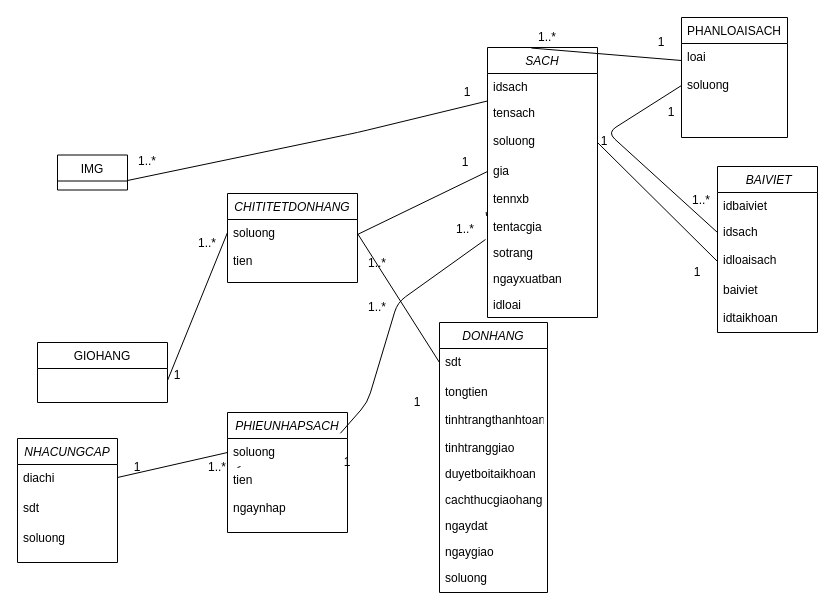
nguyenthinga-0206/PBL-5-WebsiteBook keeps this draw.io diagram as Untitled Diagram.drawio. Above is the earlier version. Source tidied: cells renumbered, new cells numbered last; positions are measured from the earlier drawing's top-left corner, leaving out a move shared by most shapes. Both pictures are drawn from the tidied source at 100%, with x=0, y=0 at pixel (17, 17).
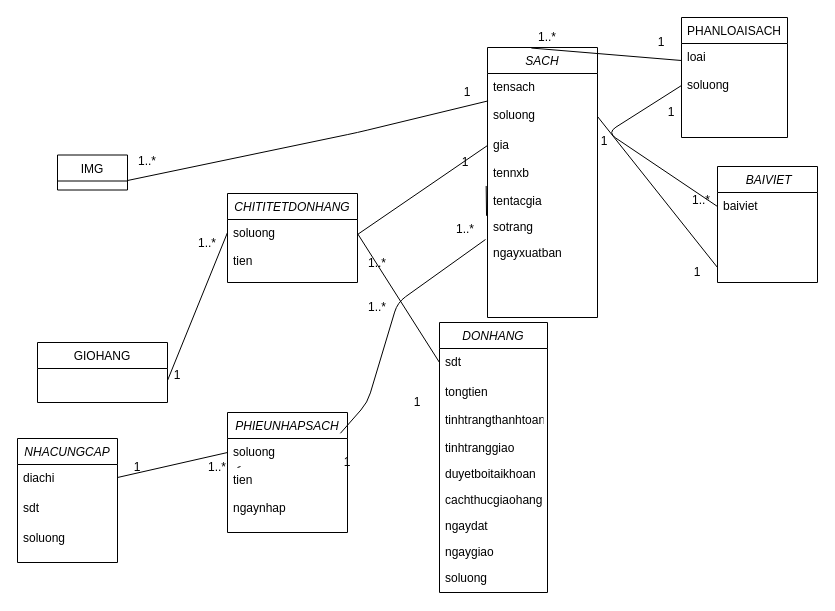
Above is the later version.

Unchanged cells that the change refers to:
```xml
<mxCell id="31" value="SACH" style="swimlane;fontStyle=2;align=center;verticalAlign=top;horizontal=1;startSize=26;rounded=0;shadow=0;strokeWidth=1;" parent="1" vertex="1">
  <mxGeometry x="470" y="30" width="110" height="270" as="geometry" />
</mxCell>
<mxCell id="43" value="soluong" style="text;align=left;verticalAlign=top;spacingLeft=4;spacingRight=4;overflow=hidden;points=[[0,0.5],[1,0.5]];portConstraint=eastwest;rounded=0;shadow=0;html=0;" parent="41" vertex="1">
  <mxGeometry y="54" width="106" height="28" as="geometry" />
</mxCell>
<mxCell id="69" value="1" style="text;html=1;align=center;verticalAlign=middle;whiteSpace=wrap;rounded=0;" parent="1" vertex="1">
  <mxGeometry x="660" y="245" width="40" height="20" as="geometry" />
</mxCell>
```

Diff of the diagram source:
```diff
@@
     <mxCell id="6" value=" BAIVIET" style="swimlane;fontStyle=2;align=center;verticalAlign=top;horizontal=1;startSize=26;rounded=0;shadow=0;strokeWidth=1;" parent="1" vertex="1">
-      <mxGeometry x="700" y="149" width="100" height="166" as="geometry" />
+      <mxGeometry x="700" y="149" width="100" height="116" as="geometry" />
     </mxCell>
-    <mxCell id="7" value="idbaiviet" style="text;align=left;verticalAlign=top;spacingLeft=4;spacingRight=4;overflow=hidden;rounded=0;shadow=0;html=0;" parent="6" vertex="1">
-      <mxGeometry y="26" width="100" height="26" as="geometry" />
-    </mxCell>
-    <mxCell id="8" value="idsach" style="text;align=left;verticalAlign=top;spacingLeft=4;spacingRight=4;overflow=hidden;points=[[0,0.5],[1,0.5]];portConstraint=eastwest;rounded=0;shadow=0;html=0;" parent="6" vertex="1">
-      <mxGeometry y="52" width="100" height="28" as="geometry" />
-    </mxCell>
-    <mxCell id="9" value="idloaisach" style="text;align=left;verticalAlign=top;spacingLeft=4;spacingRight=4;overflow=hidden;points=[[0,0.5],[1,0.5]];portConstraint=eastwest;rounded=0;shadow=0;html=0;" parent="6" vertex="1">
-      <mxGeometry y="80" width="100" height="30" as="geometry" />
-    </mxCell>
     <mxCell id="10" value="baiviet" style="text;align=left;verticalAlign=top;spacingLeft=4;spacingRight=4;overflow=hidden;rounded=0;shadow=0;html=0;" parent="6" vertex="1">
-      <mxGeometry y="110" width="100" height="28" as="geometry" />
+      <mxGeometry y="26" width="100" height="28" as="geometry" />
     </mxCell>
-    <mxCell id="11" value="idtaikhoan" style="text;align=left;verticalAlign=top;spacingLeft=4;spacingRight=4;overflow=hidden;rounded=0;shadow=0;html=0;" parent="6" vertex="1">
-      <mxGeometry y="138" width="100" height="28" as="geometry" />
-    </mxCell>
@@
-    <mxCell id="32" value="idsach" style="text;align=left;verticalAlign=top;spacingLeft=4;spacingRight=4;overflow=hidden;points=[[0,0.5],[1,0.5]];portConstraint=eastwest;rounded=0;shadow=0;html=0;" parent="31" vertex="1">
-      <mxGeometry y="26" width="110" height="26" as="geometry" />
-    </mxCell>
     <mxCell id="33" value="tensach" style="text;align=left;verticalAlign=top;spacingLeft=4;spacingRight=4;overflow=hidden;rounded=0;shadow=0;html=0;" parent="31" vertex="1">
-      <mxGeometry y="52" width="110" height="28" as="geometry" />
+      <mxGeometry y="26" width="110" height="28" as="geometry" />
     </mxCell>
     <mxCell id="34" value="soluong" style="text;align=left;verticalAlign=top;spacingLeft=4;spacingRight=4;overflow=hidden;points=[[0,0.5],[1,0.5]];portConstraint=eastwest;rounded=0;shadow=0;html=0;" parent="31" vertex="1">
-      <mxGeometry y="80" width="110" height="30" as="geometry" />
+      <mxGeometry y="54" width="110" height="30" as="geometry" />
     </mxCell>
     <mxCell id="35" value="gia" style="text;align=left;verticalAlign=top;spacingLeft=4;spacingRight=4;overflow=hidden;points=[[0,0.5],[1,0.5]];portConstraint=eastwest;rounded=0;shadow=0;html=0;" parent="31" vertex="1">
-      <mxGeometry y="110" width="110" height="28" as="geometry" />
+      <mxGeometry y="84" width="110" height="28" as="geometry" />
     </mxCell>
     <mxCell id="36" value="tennxb" style="text;align=left;verticalAlign=top;spacingLeft=4;spacingRight=4;overflow=hidden;rounded=0;shadow=0;html=0;" parent="31" vertex="1">
-      <mxGeometry y="138" width="110" height="28" as="geometry" />
+      <mxGeometry y="112" width="110" height="28" as="geometry" />
     </mxCell>
     <mxCell id="37" value="tentacgia" style="text;align=left;verticalAlign=top;spacingLeft=4;spacingRight=4;overflow=hidden;points=[[0,0.5],[1,0.5]];portConstraint=eastwest;" parent="31" vertex="1">
-      <mxGeometry y="166" width="110" height="26" as="geometry" />
+      <mxGeometry y="140" width="110" height="26" as="geometry" />
     </mxCell>
     <mxCell id="38" value="sotrang " style="text;align=left;verticalAlign=top;spacingLeft=4;spacingRight=4;overflow=hidden;" parent="31" vertex="1">
-      <mxGeometry y="192" width="110" height="26" as="geometry" />
+      <mxGeometry y="166" width="110" height="26" as="geometry" />
     </mxCell>
     <mxCell id="39" value="ngayxuatban" style="text;align=left;verticalAlign=top;spacingLeft=4;spacingRight=4;overflow=hidden;" parent="31" vertex="1">
-      <mxGeometry y="218" width="110" height="26" as="geometry" />
+      <mxGeometry y="192" width="110" height="26" as="geometry" />
     </mxCell>
-    <mxCell id="40" value="idloai" style="text;align=left;verticalAlign=top;spacingLeft=4;spacingRight=4;overflow=hidden;" parent="31" vertex="1">
-      <mxGeometry y="244" width="110" height="26" as="geometry" />
-    </mxCell>
@@
-    <mxCell id="46" style="endArrow=none;html=1;exitX=1;exitY=0.5;exitDx=0;exitDy=0;entryX=0.005;entryY=1.052;entryDx=0;entryDy=0;entryPerimeter=0;" parent="1" edge="1" target="32">
+    <mxCell id="46" style="endArrow=none;html=1;exitX=1;exitY=0.5;exitDx=0;exitDy=0;entryX=0.005;entryY=1.052;entryDx=0;entryDy=0;entryPerimeter=0;" parent="1" edge="1">
       <mxGeometry relative="1" as="geometry">
         <mxPoint x="110" y="163" as="sourcePoint" />
+        <mxPoint x="470.6" y="83.4" as="targetPoint" />
         <Array as="points">
           <mxPoint x="340" y="115" />
         </Array>
       </mxGeometry>
     </mxCell>
@@
-    <mxCell id="48" style="endArrow=none;html=1;entryX=0;entryY=0.5;entryDx=0;entryDy=0;exitX=1;exitY=0.5;exitDx=0;exitDy=0;" parent="1" edge="1" source="34" target="9">
+    <mxCell id="48" style="endArrow=none;html=1;entryX=1;entryY=0.25;entryDx=0;entryDy=0;exitX=1;exitY=0.5;exitDx=0;exitDy=0;" parent="1" edge="1" source="34" target="69">
       <mxGeometry relative="1" as="geometry" />
     </mxCell>
@@
-    <mxCell id="50" style="endArrow=none;html=1;exitX=0;exitY=0.5;exitDx=0;exitDy=0;entryX=0;entryY=0.5;entryDx=0;entryDy=0;" parent="1" edge="1" source="43" target="8">
+    <mxCell id="50" style="endArrow=none;html=1;exitX=0;exitY=0.5;exitDx=0;exitDy=0;entryX=0;entryY=0.5;entryDx=0;entryDy=0;" parent="1" edge="1" source="43">
       <mxGeometry relative="1" as="geometry">
+        <mxPoint x="700" y="189" as="targetPoint" />
         <Array as="points">
           <mxPoint x="590" y="115" />
         </Array>
       </mxGeometry>
     </mxCell>
```
